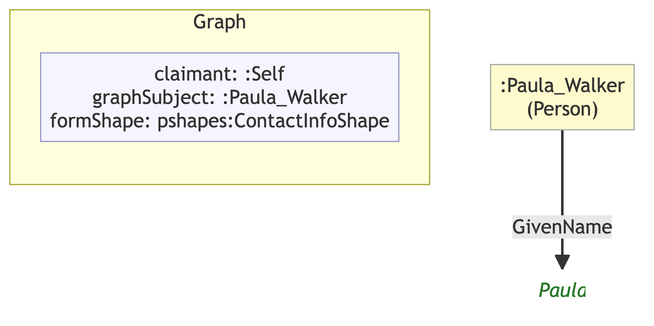
MeeFoundation/mia-ontologies keeps this Mermaid diagram as example/graphs/images/graph-06.png. Above is the earlier version. Its source is kept beside it as example/graphs/images/graph-06.mmd.
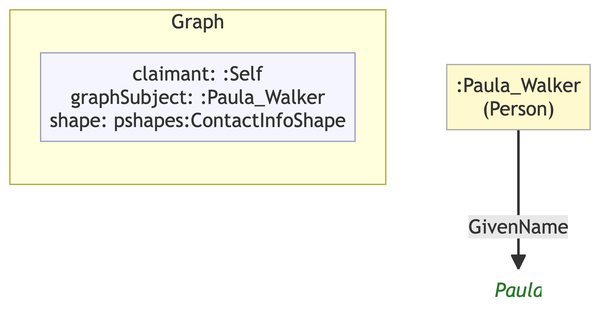
The same diagram one commit later.

What changed in the source:
```diff
@@ -7,10 +7,10 @@
 
     subgraph ctx["Graph"]
         direction LR
-        ctx_meta["claimant: :Self\ngraphSubject: :Paula_Walker\nformShape: pshapes:ContactInfoShape"]:::meta
+        ctx_meta["claimant: :Self\ngraphSubject: :Paula_Walker\nshape: pshapes:ContactInfoShape"]:::meta
     end
 
     n679aafec7a4b[":Paula_Walker\n(Person)"]:::person
-    n74ca83373f47("Paula"):::lit
+    nde21e30030d5("Paula"):::lit
 
-    n679aafec7a4b -->|"GivenName"| n74ca83373f47
+    n679aafec7a4b -->|"GivenName"| nde21e30030d5
```
